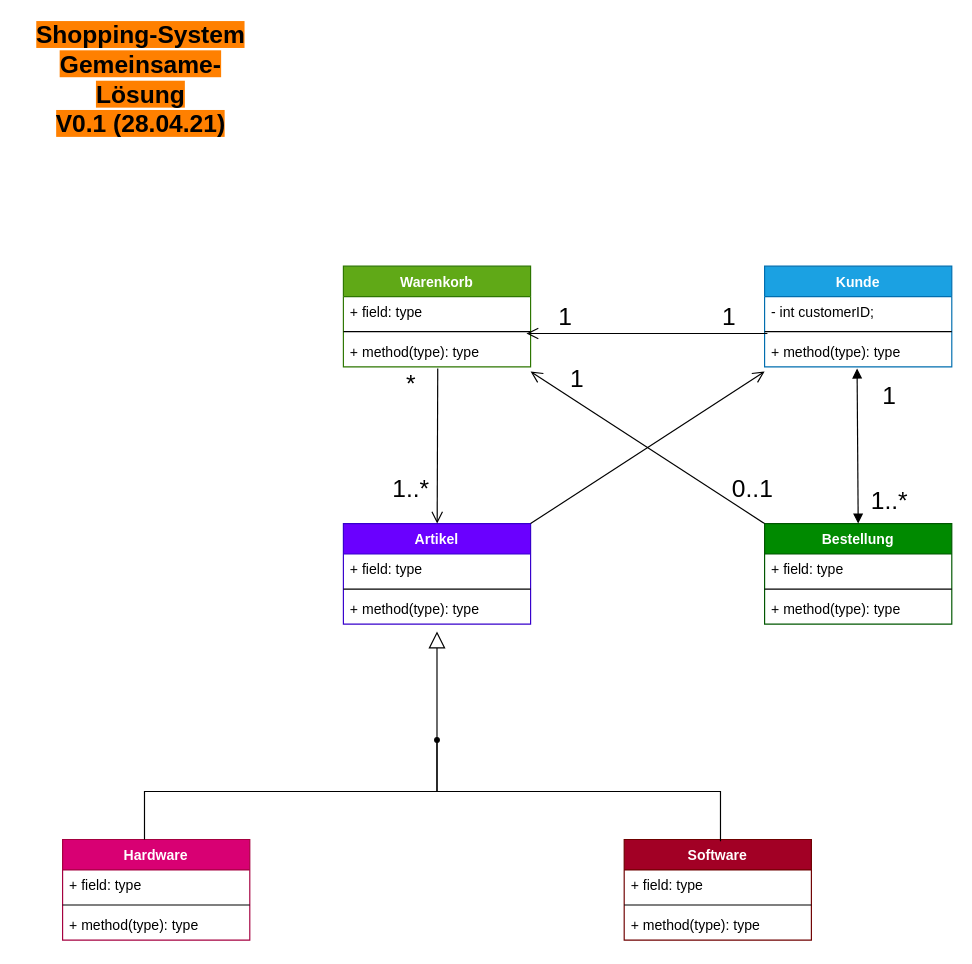
This is page "Schopping-System Musterlösung" (3 of 4) of Uebung/uebung03/a1/uebung3_aufgabe1.drawio from K1ntsugi/Software_Engineering_I, a draw.io file, before an edit. Source tidied: cells renumbered, new cells numbered last; positions are measured from the earlier drawing's top-left corner, leaving out a move shared by most shapes. Both pictures are drawn from the tidied source at 117%, with x=0, y=0 at pixel (20, 32).
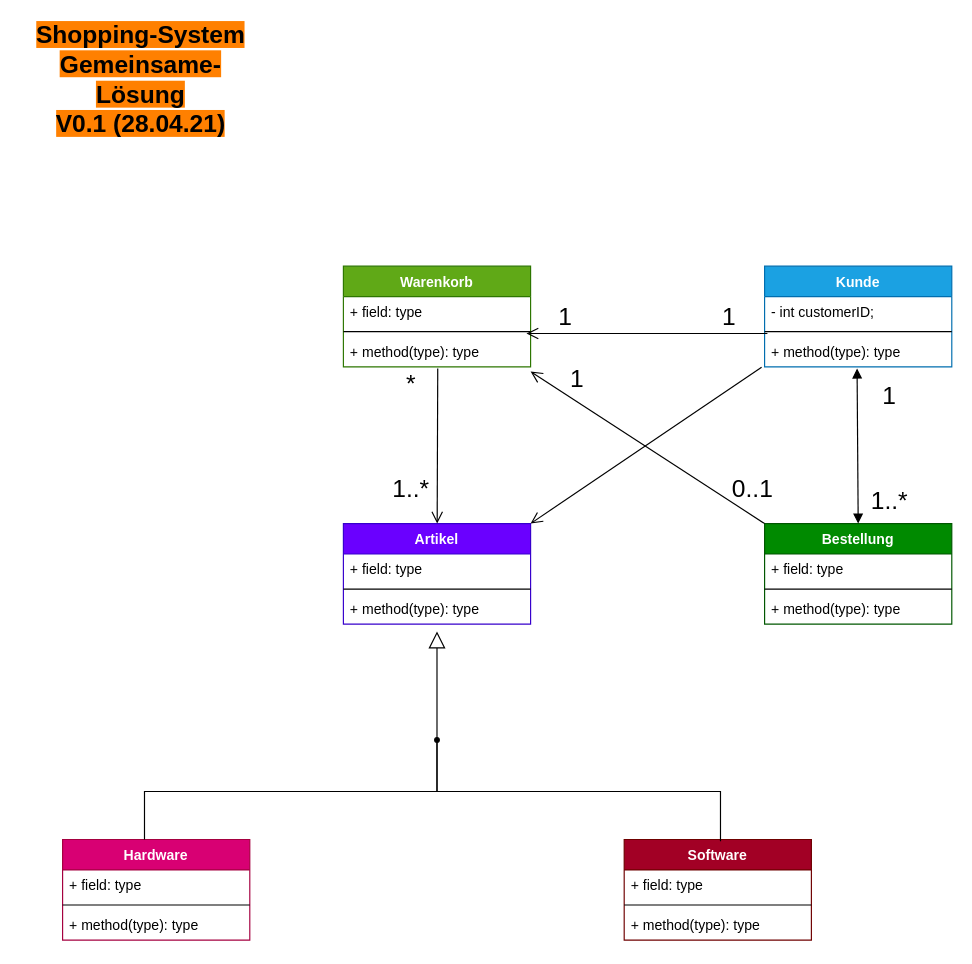
The same diagram, later.

The change refers to these unchanged cells:
```xml
<mxCell id="6" value="+ method(type): type" style="text;strokeColor=none;fillColor=none;align=left;verticalAlign=top;spacingLeft=4;spacingRight=4;overflow=hidden;points=[[0,0.5],[1,0.5]];portConstraint=eastwest;" parent="3" vertex="1">
  <mxGeometry y="60" width="160" height="26" as="geometry" />
</mxCell>
<mxCell id="7" value="Artikel" style="swimlane;fontStyle=1;align=center;verticalAlign=top;horizontal=1;startSize=26;fillColor=#6a00ff;strokeColor=#3700CC;fontColor=#ffffff;" parent="1" vertex="1">
  <mxGeometry x="276" y="420" width="160" height="86" as="geometry" />
</mxCell>
```

What changed in the source:
```diff
@@
-    <mxCell id="34" style="endArrow=open;startArrow=none;endFill=0;startFill=0;endSize=8;html=1;verticalAlign=bottom;labelBackgroundColor=none;strokeWidth=1;fontSize=21;exitX=1;exitY=0;exitDx=0;exitDy=0;entryX=0;entryY=1.154;entryDx=0;entryDy=0;entryPerimeter=0;" parent="1" edge="1" source="7" target="6">
+    <mxCell id="34" style="endArrow=open;startArrow=none;endFill=0;startFill=0;endSize=8;html=1;verticalAlign=bottom;labelBackgroundColor=none;strokeWidth=1;fontSize=21;exitX=-0.016;exitY=1.012;exitDx=0;exitDy=0;exitPerimeter=0;entryX=1;entryY=0;entryDx=0;entryDy=0;" parent="1" edge="1" source="6" target="7">
       <mxGeometry relative="1" as="geometry" />
     </mxCell>
```
